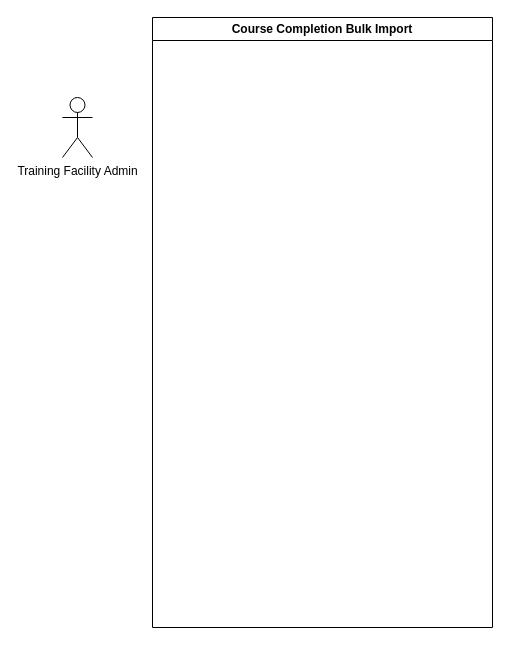
marcorok/DesignPatternsImplementation keeps this draw.io diagram as Untitled Diagram.drawio. Above is the earlier version. Source tidied: cells renumbered, new cells numbered last; positions are measured from the earlier drawing's top-left corner, leaving out a move shared by most shapes. Both pictures are drawn from the tidied source at 100%, with x=0, y=0 at pixel (62, 17).
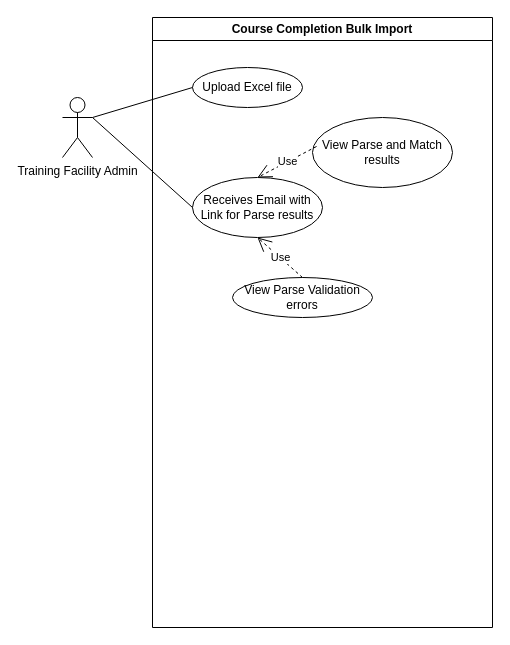
The same page after the edit.

Change to the diagram source:
```diff
@@
 <mxGraphModel>
   <root>
     <mxCell id="0" />
     <mxCell id="1" parent="0" />
     <mxCell id="2" value="Course Completion Bulk Import" style="swimlane;whiteSpace=wrap;html=1;" parent="1" vertex="1">
       <mxGeometry x="90" width="340" height="610" as="geometry" />
     </mxCell>
+    <mxCell id="4" value="Upload Excel file" style="ellipse;whiteSpace=wrap;html=1;" parent="2" vertex="1">
+      <mxGeometry x="40" y="50" width="110" height="40" as="geometry" />
+    </mxCell>
+    <mxCell id="5" value="Receives Email with Link for Parse results" style="ellipse;whiteSpace=wrap;html=1;" parent="2" vertex="1">
+      <mxGeometry x="40" y="160" width="130" height="60" as="geometry" />
+    </mxCell>
+    <mxCell id="6" value="View Parse Validation errors" style="ellipse;whiteSpace=wrap;html=1;" parent="2" vertex="1">
+      <mxGeometry x="80" y="260" width="140" height="40" as="geometry" />
+    </mxCell>
+    <mxCell id="7" value="Use" style="endArrow=open;endSize=12;dashed=1;html=1;rounded=0;entryX=0.5;entryY=1;entryDx=0;entryDy=0;exitX=0.5;exitY=0;exitDx=0;exitDy=0;" parent="2" edge="1" source="6" target="5">
+      <mxGeometry relative="1" as="geometry" />
+    </mxCell>
+    <mxCell id="8" value="View Parse and Match results" style="ellipse;whiteSpace=wrap;html=1;" parent="2" vertex="1">
+      <mxGeometry x="160" y="100" width="140" height="70" as="geometry" />
+    </mxCell>
+    <mxCell id="9" value="Use" style="endArrow=open;endSize=12;dashed=1;html=1;rounded=0;entryX=0.5;entryY=0;entryDx=0;entryDy=0;exitX=0.029;exitY=0.414;exitDx=0;exitDy=0;exitPerimeter=0;" parent="2" edge="1" source="8" target="5">
+      <mxGeometry relative="1" as="geometry" />
+    </mxCell>
     <mxCell id="3" value="Training Facility Admin" style="shape=umlActor;verticalLabelPosition=bottom;verticalAlign=top;html=1;outlineConnect=0;" parent="1" vertex="1">
       <mxGeometry y="80" width="30" height="60" as="geometry" />
     </mxCell>
+    <mxCell id="10" style="endArrow=none;html=1;rounded=0;entryX=0;entryY=0.5;entryDx=0;entryDy=0;exitX=1;exitY=0.3333333333333333;exitDx=0;exitDy=0;exitPerimeter=0;" parent="1" edge="1" source="3" target="5">
+      <mxGeometry relative="1" as="geometry" />
+    </mxCell>
+    <mxCell id="11" style="endArrow=none;html=1;rounded=0;entryX=0;entryY=0.5;entryDx=0;entryDy=0;exitX=1;exitY=0.3333333333333333;exitDx=0;exitDy=0;exitPerimeter=0;" parent="1" edge="1" source="3" target="4">
+      <mxGeometry relative="1" as="geometry" />
+    </mxCell>
   </root>
 </mxGraphModel>
```
